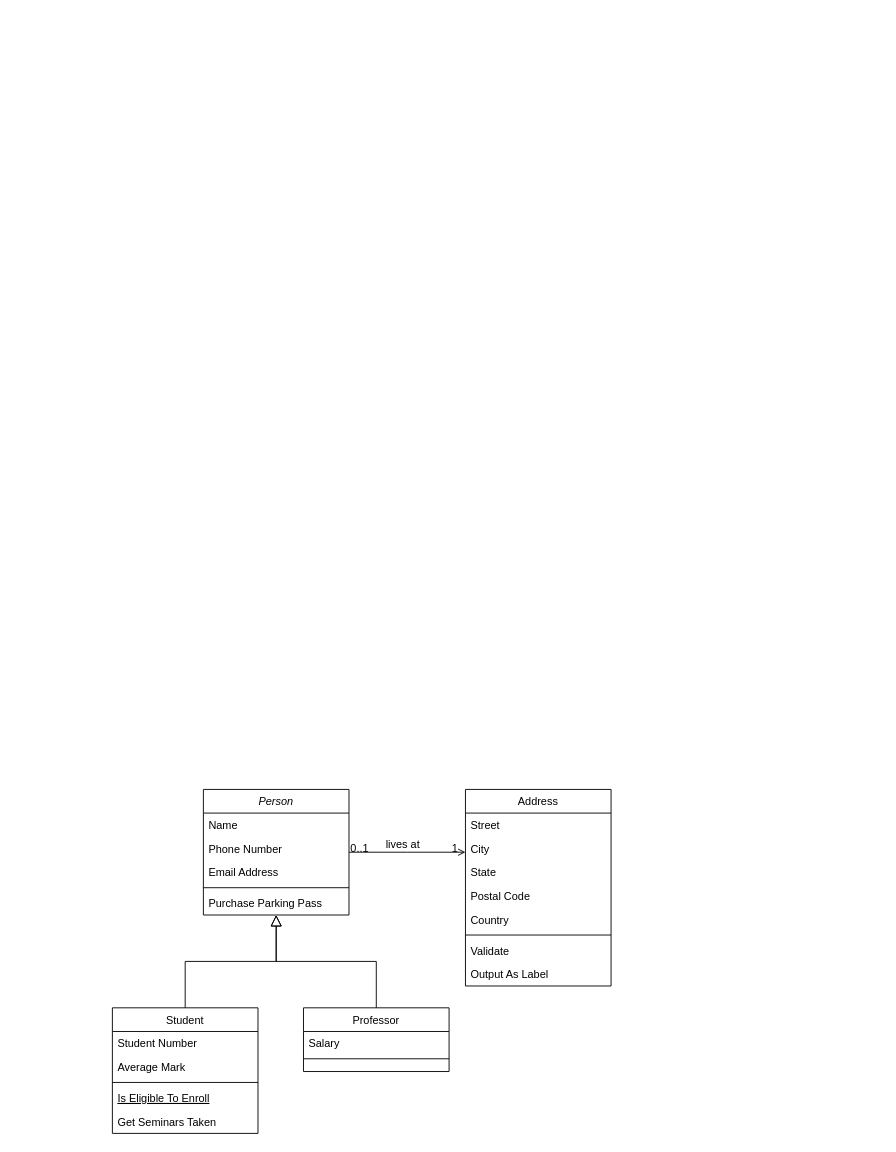
Before: doc/Untitled Diagram.drawio in shigetaichi/azerbaycan-dictionary-old, a draw.io diagram. Source tidied: cells renumbered, new cells numbered last; positions are measured from the earlier drawing's top-left corner, leaving out a move shared by most shapes. Both pictures are drawn from the tidied source at 91%, with x=0, y=0 at pixel (112, 789).
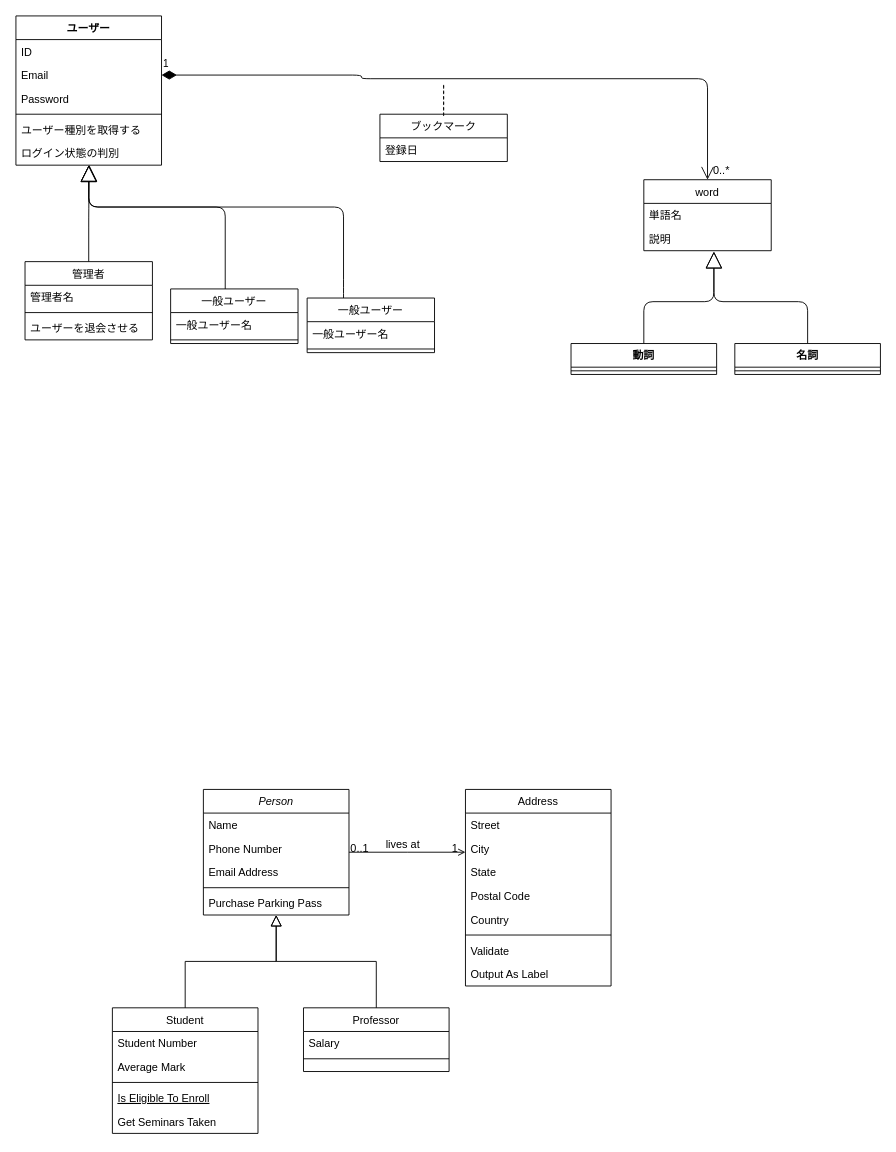
The same diagram, later.

Diff of the diagram source:
```diff
@@
+    <mxCell id="32" value="word" style="swimlane;fontStyle=0;horizontal=1;startSize=26;fillColor=none;" parent="1" vertex="1">
+      <mxGeometry x="584" y="-670" width="140" height="78" as="geometry" />
+    </mxCell>
+    <mxCell id="33" value="単語名" style="text;strokeColor=none;fillColor=none;align=left;verticalAlign=top;spacingLeft=4;spacingRight=4;overflow=hidden;" parent="32" vertex="1">
+      <mxGeometry y="26" width="140" height="26" as="geometry" />
+    </mxCell>
+    <mxCell id="34" value="説明" style="text;strokeColor=none;fillColor=none;align=left;verticalAlign=top;spacingLeft=4;spacingRight=4;overflow=hidden;points=[[0,0.5],[1,0.5]];portConstraint=eastwest;" parent="32" vertex="1">
+      <mxGeometry y="52" width="140" height="26" as="geometry" />
+    </mxCell>
+    <mxCell id="35" style="edgeStyle=orthogonalEdgeStyle;jettySize=auto;html=1;entryX=0.503;entryY=0.978;entryDx=0;entryDy=0;entryPerimeter=0;endArrow=block;endFill=0;endSize=16;" parent="1" edge="1" source="36" target="50">
+      <mxGeometry relative="1" as="geometry" />
+    </mxCell>
+    <mxCell id="36" value="管理者" style="swimlane;fontStyle=0;horizontal=1;startSize=26;fillColor=none;" parent="1" vertex="1">
+      <mxGeometry x="-96" y="-580" width="140" height="86" as="geometry" />
+    </mxCell>
+    <mxCell id="37" value="管理者名" style="text;strokeColor=none;fillColor=none;align=left;verticalAlign=top;spacingLeft=4;spacingRight=4;overflow=hidden;" parent="36" vertex="1">
+      <mxGeometry y="26" width="140" height="26" as="geometry" />
+    </mxCell>
+    <mxCell id="38" style="line;strokeWidth=1;fillColor=none;align=left;verticalAlign=middle;spacingTop=-1;spacingLeft=3;spacingRight=3;labelPosition=right;" parent="36" vertex="1">
+      <mxGeometry y="52" width="140" height="8" as="geometry" />
+    </mxCell>
+    <mxCell id="39" value="ユーザーを退会させる" style="text;strokeColor=none;fillColor=none;align=left;verticalAlign=top;spacingLeft=4;spacingRight=4;overflow=hidden;" parent="36" vertex="1">
+      <mxGeometry y="60" width="140" height="26" as="geometry" />
+    </mxCell>
+    <mxCell id="40" style="edgeStyle=orthogonalEdgeStyle;jettySize=auto;html=1;entryX=0.5;entryY=1;entryDx=0;entryDy=0;endArrow=block;endFill=0;endSize=16;" parent="1" edge="1" source="41" target="44">
+      <mxGeometry relative="1" as="geometry">
+        <Array as="points">
+          <mxPoint x="124" y="-640" />
+          <mxPoint x="-26" y="-640" />
+        </Array>
+      </mxGeometry>
+    </mxCell>
+    <mxCell id="41" value="一般ユーザー" style="swimlane;fontStyle=0;horizontal=1;startSize=26;fillColor=none;" parent="1" vertex="1">
+      <mxGeometry x="64" y="-550" width="140" height="60" as="geometry" />
+    </mxCell>
+    <mxCell id="42" value="一般ユーザー名" style="text;strokeColor=none;fillColor=none;align=left;verticalAlign=top;spacingLeft=4;spacingRight=4;overflow=hidden;" parent="41" vertex="1">
+      <mxGeometry y="26" width="140" height="26" as="geometry" />
+    </mxCell>
+    <mxCell id="43" style="line;strokeWidth=1;fillColor=none;align=left;verticalAlign=middle;spacingTop=-1;spacingLeft=3;spacingRight=3;labelPosition=right;" parent="41" vertex="1">
+      <mxGeometry y="52" width="140" height="8" as="geometry" />
+    </mxCell>
+    <mxCell id="44" value="ユーザー" style="swimlane;fontStyle=1;align=center;verticalAlign=top;horizontal=1;startSize=26;" parent="1" vertex="1">
+      <mxGeometry x="-106" y="-850" width="160" height="164" as="geometry" />
+    </mxCell>
+    <mxCell id="45" value="ID" style="text;strokeColor=none;fillColor=none;align=left;verticalAlign=top;spacingLeft=4;spacingRight=4;overflow=hidden;" parent="44" vertex="1">
+      <mxGeometry y="26" width="160" height="26" as="geometry" />
+    </mxCell>
+    <mxCell id="46" value="Email" style="text;strokeColor=none;fillColor=none;align=left;verticalAlign=top;spacingLeft=4;spacingRight=4;overflow=hidden;points=[[0,0.5],[1,0.5]];portConstraint=eastwest;" parent="44" vertex="1">
+      <mxGeometry y="52" width="160" height="26" as="geometry" />
+    </mxCell>
+    <mxCell id="47" value="Password" style="text;strokeColor=none;fillColor=none;align=left;verticalAlign=top;spacingLeft=4;spacingRight=4;overflow=hidden;" parent="44" vertex="1">
+      <mxGeometry y="78" width="160" height="26" as="geometry" />
+    </mxCell>
+    <mxCell id="48" style="line;strokeWidth=1;fillColor=none;align=left;verticalAlign=middle;spacingTop=-1;spacingLeft=3;spacingRight=3;labelPosition=right;" parent="44" vertex="1">
+      <mxGeometry y="104" width="160" height="8" as="geometry" />
+    </mxCell>
+    <mxCell id="49" value="ユーザー種別を取得する" style="text;strokeColor=none;fillColor=none;align=left;verticalAlign=top;spacingLeft=4;spacingRight=4;overflow=hidden;" parent="44" vertex="1">
+      <mxGeometry y="112" width="160" height="26" as="geometry" />
+    </mxCell>
+    <mxCell id="50" value="ログイン状態の判別" style="text;strokeColor=none;fillColor=none;align=left;verticalAlign=top;spacingLeft=4;spacingRight=4;overflow=hidden;points=[[0,0.5],[1,0.5]];portConstraint=eastwest;" parent="44" vertex="1">
+      <mxGeometry y="138" width="160" height="26" as="geometry" />
+    </mxCell>
+    <mxCell id="51" value="1" style="endArrow=open;html=1;endSize=12;startArrow=diamondThin;startSize=14;startFill=1;edgeStyle=orthogonalEdgeStyle;align=left;verticalAlign=bottom;exitX=1;exitY=0.5;exitDx=0;exitDy=0;entryX=0.5;entryY=0;entryDx=0;entryDy=0;" parent="1" edge="1" source="46" target="32">
+      <mxGeometry x="-1" y="3" relative="1" as="geometry">
+        <Array as="points">
+          <mxPoint x="274" y="-785" />
+          <mxPoint x="274" y="-781" />
+          <mxPoint x="654" y="-781" />
+        </Array>
+      </mxGeometry>
+    </mxCell>
+    <mxCell id="52" value="0..*" style="text;html=1;align=center;verticalAlign=middle;strokeColor=none;" parent="1" vertex="1">
+      <mxGeometry x="654" y="-690" width="30" height="20" as="geometry" />
+    </mxCell>
+    <mxCell id="53" style="edgeStyle=orthogonalEdgeStyle;jettySize=auto;html=1;entryX=0.55;entryY=1.037;entryDx=0;entryDy=0;entryPerimeter=0;endArrow=block;endFill=0;endSize=16;" parent="1" edge="1" source="54" target="34">
+      <mxGeometry relative="1" as="geometry" />
+    </mxCell>
+    <mxCell id="54" value="動詞" style="swimlane;fontStyle=1;align=center;verticalAlign=top;horizontal=1;startSize=26;" parent="1" vertex="1">
+      <mxGeometry x="504" y="-490" width="160" height="34" as="geometry" />
+    </mxCell>
+    <mxCell id="55" style="line;strokeWidth=1;fillColor=none;align=left;verticalAlign=middle;spacingTop=-1;spacingLeft=3;spacingRight=3;labelPosition=right;" parent="54" vertex="1">
+      <mxGeometry y="26" width="160" height="8" as="geometry" />
+    </mxCell>
+    <mxCell id="56" style="edgeStyle=orthogonalEdgeStyle;jettySize=auto;html=1;entryX=0.55;entryY=1.037;entryDx=0;entryDy=0;entryPerimeter=0;endArrow=block;endFill=0;endSize=16;" parent="1" edge="1" source="57" target="34">
+      <mxGeometry relative="1" as="geometry" />
+    </mxCell>
+    <mxCell id="57" value="名詞" style="swimlane;fontStyle=1;align=center;verticalAlign=top;horizontal=1;startSize=26;" parent="1" vertex="1">
+      <mxGeometry x="684" y="-490" width="160" height="34" as="geometry" />
+    </mxCell>
+    <mxCell id="58" style="line;strokeWidth=1;fillColor=none;align=left;verticalAlign=middle;spacingTop=-1;spacingLeft=3;spacingRight=3;labelPosition=right;" parent="57" vertex="1">
+      <mxGeometry y="26" width="160" height="8" as="geometry" />
+    </mxCell>
+    <mxCell id="59" style="edgeStyle=orthogonalEdgeStyle;orthogonalLoop=1;jettySize=auto;html=1;entryX=0.5;entryY=1;entryDx=0;entryDy=0;endArrow=block;endFill=0;endSize=16;" parent="1" edge="1">
+      <mxGeometry relative="1" as="geometry">
+        <mxPoint x="254" y="-540" as="sourcePoint" />
+        <mxPoint x="-26" y="-686" as="targetPoint" />
+        <Array as="points">
+          <mxPoint x="254" y="-550" />
+          <mxPoint x="254" y="-640" />
+          <mxPoint x="-26" y="-640" />
+        </Array>
+      </mxGeometry>
+    </mxCell>
+    <mxCell id="60" value="一般ユーザー" style="swimlane;fontStyle=0;horizontal=1;startSize=26;fillColor=none;" parent="1" vertex="1">
+      <mxGeometry x="214" y="-540" width="140" height="60" as="geometry" />
+    </mxCell>
+    <mxCell id="61" value="一般ユーザー名" style="text;strokeColor=none;fillColor=none;align=left;verticalAlign=top;spacingLeft=4;spacingRight=4;overflow=hidden;" parent="60" vertex="1">
+      <mxGeometry y="26" width="140" height="26" as="geometry" />
+    </mxCell>
+    <mxCell id="62" style="line;strokeWidth=1;fillColor=none;align=left;verticalAlign=middle;spacingTop=-1;spacingLeft=3;spacingRight=3;labelPosition=right;" parent="60" vertex="1">
+      <mxGeometry y="52" width="140" height="8" as="geometry" />
+    </mxCell>
+    <mxCell id="63" style="endArrow=none;dashed=1;html=1;endSize=16;" parent="1" edge="1">
+      <mxGeometry relative="1" as="geometry">
+        <mxPoint x="364" y="-740" as="sourcePoint" />
+        <mxPoint x="364" y="-742" as="targetPoint" />
+        <Array as="points">
+          <mxPoint x="364" y="-780" />
+        </Array>
+      </mxGeometry>
+    </mxCell>
+    <mxCell id="64" value="ブックマーク" style="swimlane;fontStyle=0;horizontal=1;startSize=26;fillColor=none;" parent="1" vertex="1">
+      <mxGeometry x="294" y="-742" width="140" height="52" as="geometry" />
+    </mxCell>
+    <mxCell id="65" value="登録日" style="text;strokeColor=none;fillColor=none;align=left;verticalAlign=top;spacingLeft=4;spacingRight=4;overflow=hidden;" parent="64" vertex="1">
+      <mxGeometry y="26" width="140" height="26" as="geometry" />
+    </mxCell>
```
